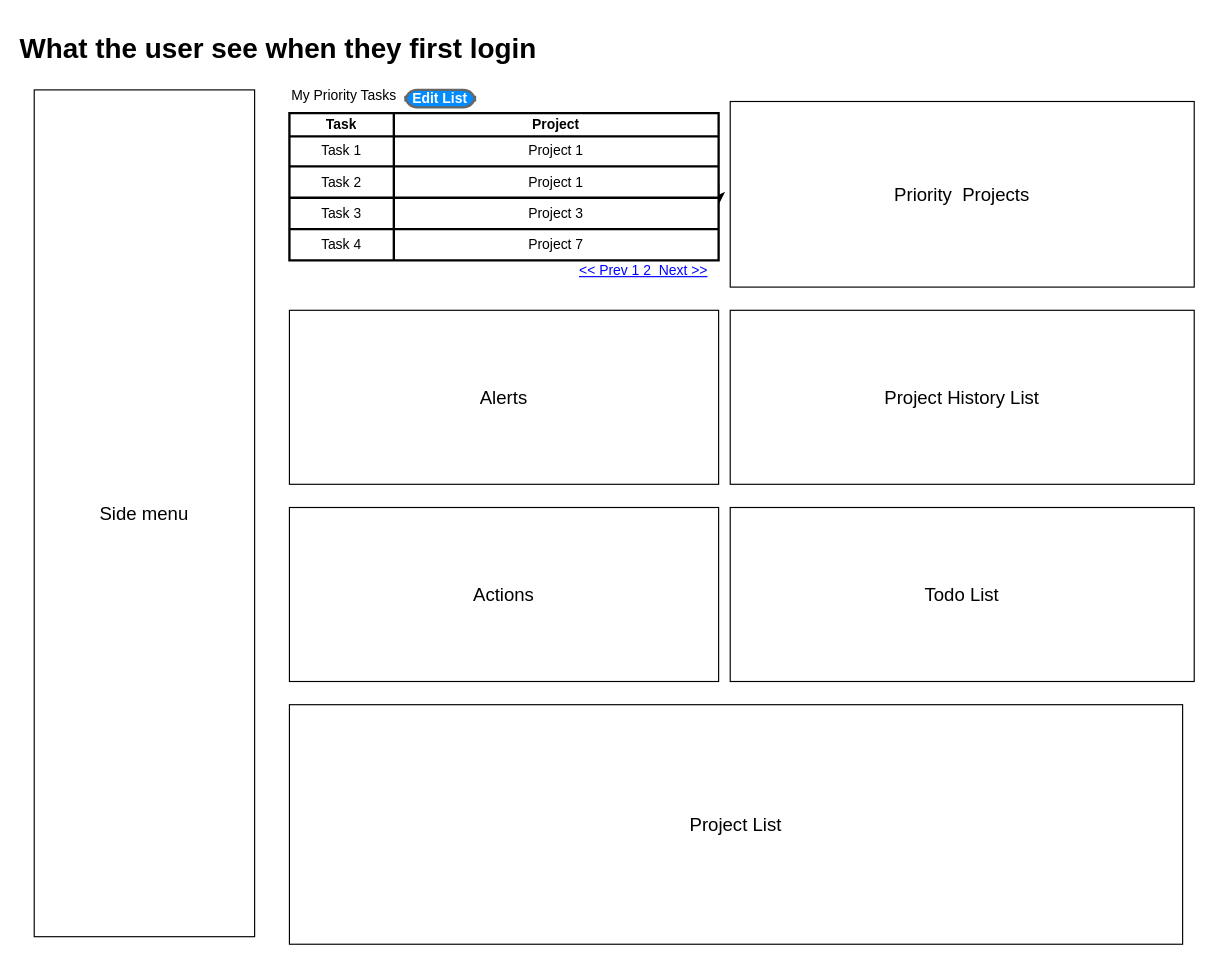
Above: page "User Dashboard" (2 of 2) of mockups/wireframe.drawio in Task-Repository/application-gui (draw.io), before the change. Source tidied: cells renumbered, new cells numbered last; positions are measured from the earlier drawing's top-left corner, leaving out a move shared by most shapes. Both pictures are drawn from the tidied source at 116%, with x=0, y=0 at pixel (34, 20).
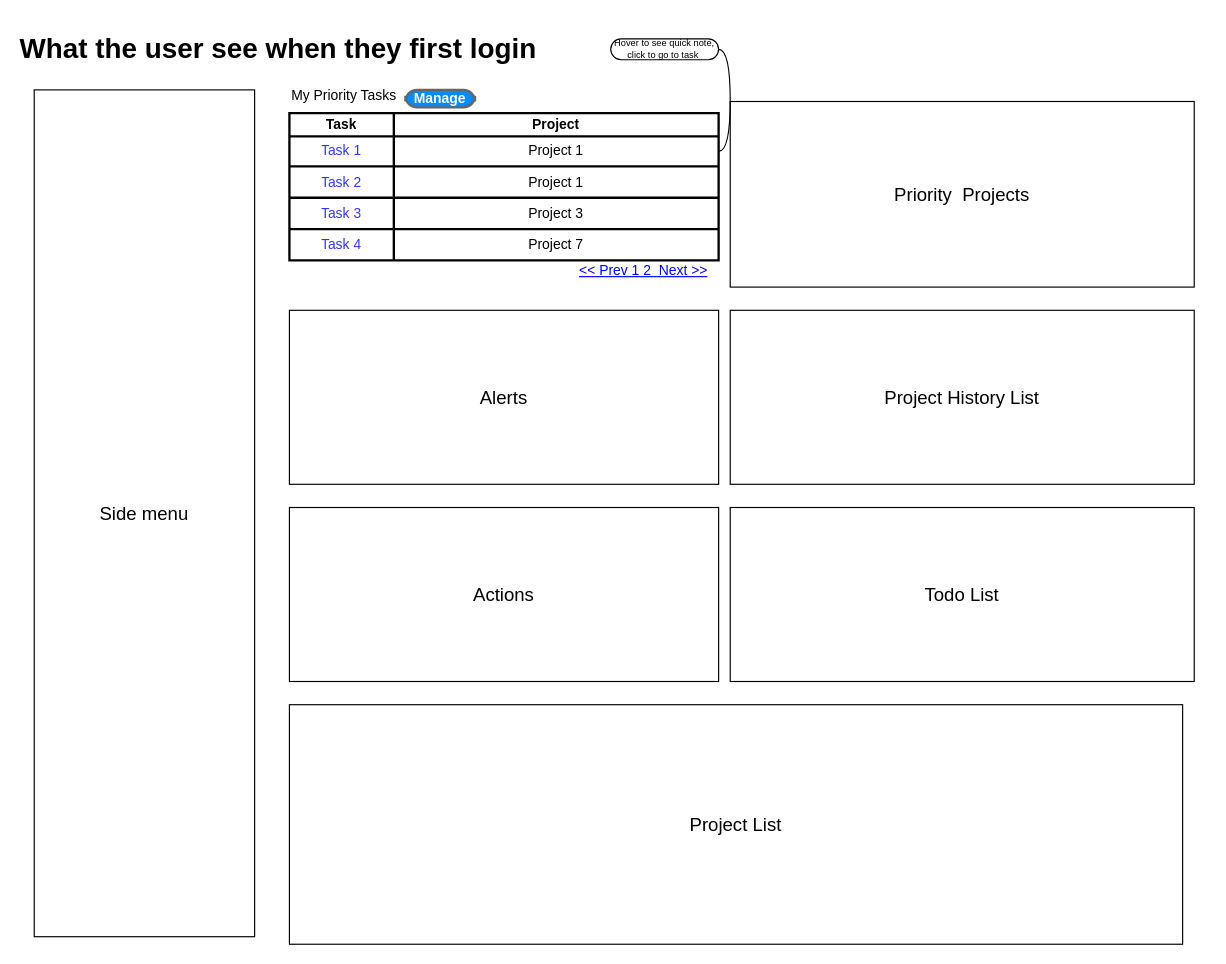
After the change.

Commit message:
chore: edit my priority tasks

The change refers to these unchanged cells:
```xml
<mxCell id="17" style="shape=tableRow;horizontal=0;startSize=0;swimlaneHead=0;swimlaneBody=0;top=0;left=0;bottom=0;right=0;fillColor=none;" parent="13" vertex="1">
  <mxGeometry y="20" width="370" height="26" as="geometry" />
</mxCell>
<mxCell id="19" value="Project 1" style="shape=partialRectangle;html=1;whiteSpace=wrap;fillColor=none;top=0;left=0;bottom=0;right=0;overflow=hidden;" parent="17" vertex="1">
  <mxGeometry x="90" width="280" height="26" as="geometry" />
</mxCell>
<mxCell id="20" style="shape=tableRow;horizontal=0;startSize=0;swimlaneHead=0;swimlaneBody=0;top=0;left=0;bottom=0;right=0;fillColor=none;" parent="13" vertex="1">
  <mxGeometry y="46" width="370" height="27" as="geometry" />
</mxCell>
<mxCell id="23" style="shape=tableRow;horizontal=0;startSize=0;swimlaneHead=0;swimlaneBody=0;top=0;left=0;bottom=0;right=0;fillColor=none;" parent="13" vertex="1">
  <mxGeometry y="73" width="370" height="27" as="geometry" />
</mxCell>
<mxCell id="26" style="shape=tableRow;horizontal=0;startSize=0;swimlaneHead=0;swimlaneBody=0;top=0;left=0;bottom=0;right=0;fillColor=none;" parent="13" vertex="1">
  <mxGeometry y="100" width="370" height="27" as="geometry" />
</mxCell>
```

The edit, as a diff of the source:
```diff
@@
-    <mxCell id="4" style="edgeStyle=none;curved=1;rounded=0;orthogonalLoop=1;jettySize=auto;html=1;fontSize=12;startSize=8;endSize=8;" parent="1" edge="1">
-      <mxGeometry relative="1" as="geometry">
-        <mxPoint x="590" y="141" as="sourcePoint" />
-        <mxPoint x="590" y="159" as="targetPoint" />
-      </mxGeometry>
-    </mxCell>
@@
-    <mxCell id="18" value="Task 1" style="shape=partialRectangle;html=1;whiteSpace=wrap;fillColor=none;top=0;left=0;bottom=0;right=0;overflow=hidden;" parent="17" vertex="1">
+    <mxCell id="18" value="&lt;font color=&quot;#3333ff&quot;&gt;Task 1&lt;/font&gt;" style="shape=partialRectangle;html=1;whiteSpace=wrap;fillColor=none;top=0;left=0;bottom=0;right=0;overflow=hidden;" parent="17" vertex="1">
       <mxGeometry width="90" height="26" as="geometry" />
     </mxCell>
@@
-    <mxCell id="21" value="Task 2" style="shape=partialRectangle;html=1;whiteSpace=wrap;fillColor=none;top=0;left=0;bottom=0;right=0;overflow=hidden;" parent="20" vertex="1">
+    <mxCell id="21" value="&lt;font color=&quot;#3333ff&quot;&gt;Task 2&lt;/font&gt;" style="shape=partialRectangle;html=1;whiteSpace=wrap;fillColor=none;top=0;left=0;bottom=0;right=0;overflow=hidden;" parent="20" vertex="1">
       <mxGeometry width="90" height="27" as="geometry" />
     </mxCell>
@@
-    <mxCell id="24" value="Task 3" style="shape=partialRectangle;html=1;whiteSpace=wrap;fillColor=none;top=0;left=0;bottom=0;right=0;overflow=hidden;" parent="23" vertex="1">
+    <mxCell id="24" value="&lt;font color=&quot;#3333ff&quot;&gt;Task 3&lt;/font&gt;" style="shape=partialRectangle;html=1;whiteSpace=wrap;fillColor=none;top=0;left=0;bottom=0;right=0;overflow=hidden;" parent="23" vertex="1">
       <mxGeometry width="90" height="27" as="geometry" />
     </mxCell>
@@
-    <mxCell id="27" value="Task 4" style="shape=partialRectangle;html=1;whiteSpace=wrap;fillColor=none;top=0;left=0;bottom=0;right=0;overflow=hidden;" parent="26" vertex="1">
+    <mxCell id="27" value="&lt;font color=&quot;#3333ff&quot;&gt;Task 4&lt;/font&gt;" style="shape=partialRectangle;html=1;whiteSpace=wrap;fillColor=none;top=0;left=0;bottom=0;right=0;overflow=hidden;" parent="26" vertex="1">
       <mxGeometry width="90" height="27" as="geometry" />
     </mxCell>
@@
-    <mxCell id="31" value="Edit List" style="strokeWidth=2;shadow=0;dashed=0;align=center;shape=mxgraph.mockup.buttons.button;strokeColor=#666666;fontColor=#ffffff;mainText=;buttonStyle=round;fontSize=12;fontStyle=1;fillColor=#008cff;verticalAlign=middle;horizontal=1;labelPosition=center;verticalLabelPosition=middle;whiteSpace=wrap;html=1;" parent="1" vertex="1">
+    <mxCell id="31" value="Manage" style="strokeWidth=2;shadow=0;dashed=0;align=center;shape=mxgraph.mockup.buttons.button;strokeColor=#666666;fontColor=#ffffff;mainText=;buttonStyle=round;fontSize=12;fontStyle=1;fillColor=#008cff;verticalAlign=middle;horizontal=1;labelPosition=center;verticalLabelPosition=middle;whiteSpace=wrap;html=1;" parent="1" vertex="1">
       <mxGeometry x="320" y="60" width="60" height="15" as="geometry" />
     </mxCell>
+    <mxCell id="32" value="Hover to see quick note, click to go to task&amp;nbsp;" style="whiteSpace=wrap;html=1;rounded=1;arcSize=50;align=center;verticalAlign=middle;strokeWidth=1;spacing=4;newEdgeStyle={&quot;edgeStyle&quot;:&quot;entityRelationEdgeStyle&quot;,&quot;startArrow&quot;:&quot;none&quot;,&quot;endArrow&quot;:&quot;none&quot;,&quot;segment&quot;:10,&quot;curved&quot;:1,&quot;sourcePerimeterSpacing&quot;:0,&quot;targetPerimeterSpacing&quot;:0};fontSize=8;" parent="1" vertex="1">
+      <mxGeometry x="497" y="16" width="93" height="18" as="geometry" />
+    </mxCell>
+    <mxCell id="33" style="edgeStyle=entityRelationEdgeStyle;startArrow=none;endArrow=none;segment=10;curved=1;sourcePerimeterSpacing=0;targetPerimeterSpacing=0;rounded=0;" parent="1" edge="1" source="19" target="32">
+      <mxGeometry relative="1" as="geometry" />
+    </mxCell>
```
